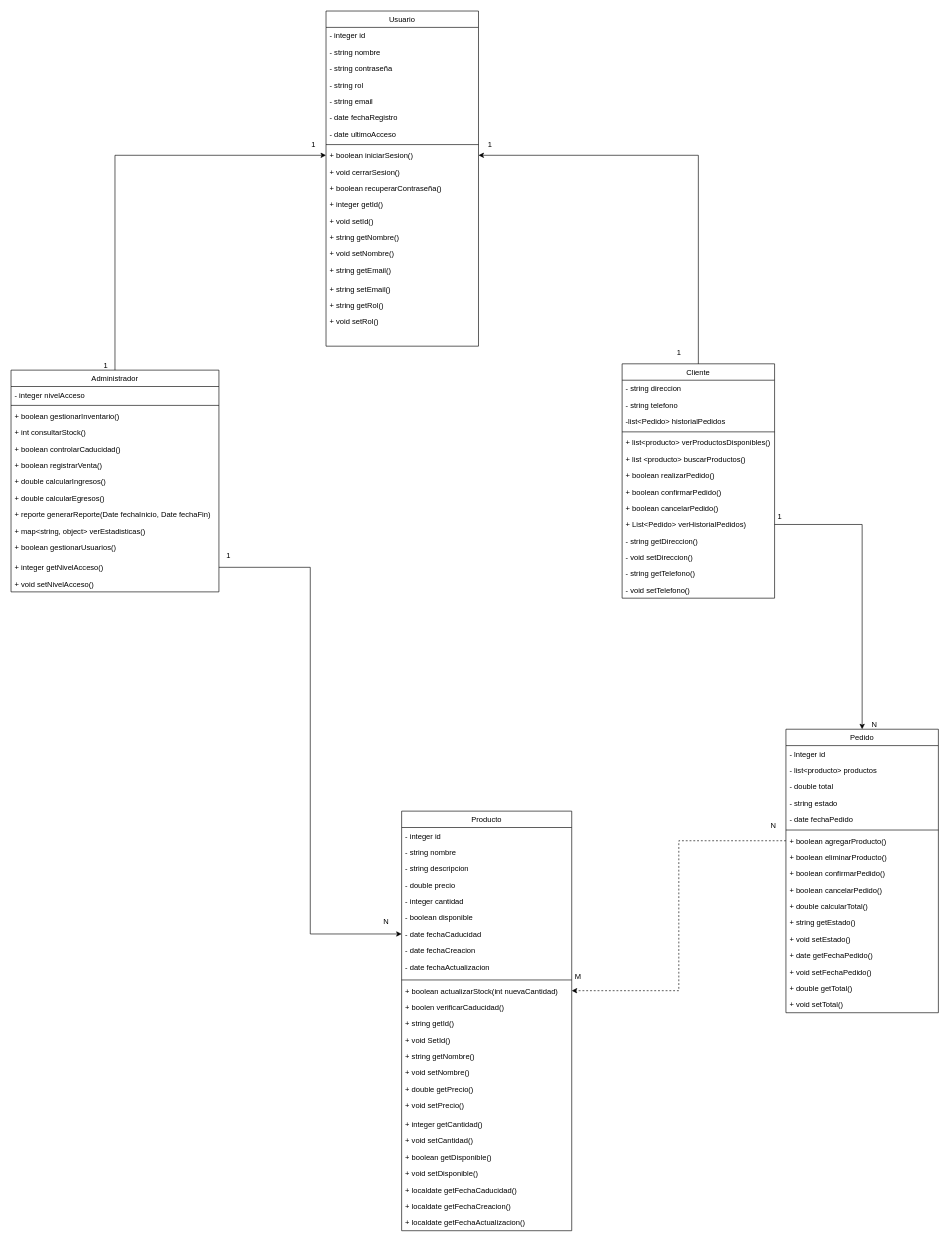
Earlier version of the draw.io diagram UML.drawio (Ash-code12/Proyecto). Source tidied: cells renumbered, new cells numbered last; positions are measured from the earlier drawing's top-left corner, leaving out a move shared by most shapes. Both pictures are drawn from the tidied source at 63%, with x=0, y=0 at pixel (11, 11).
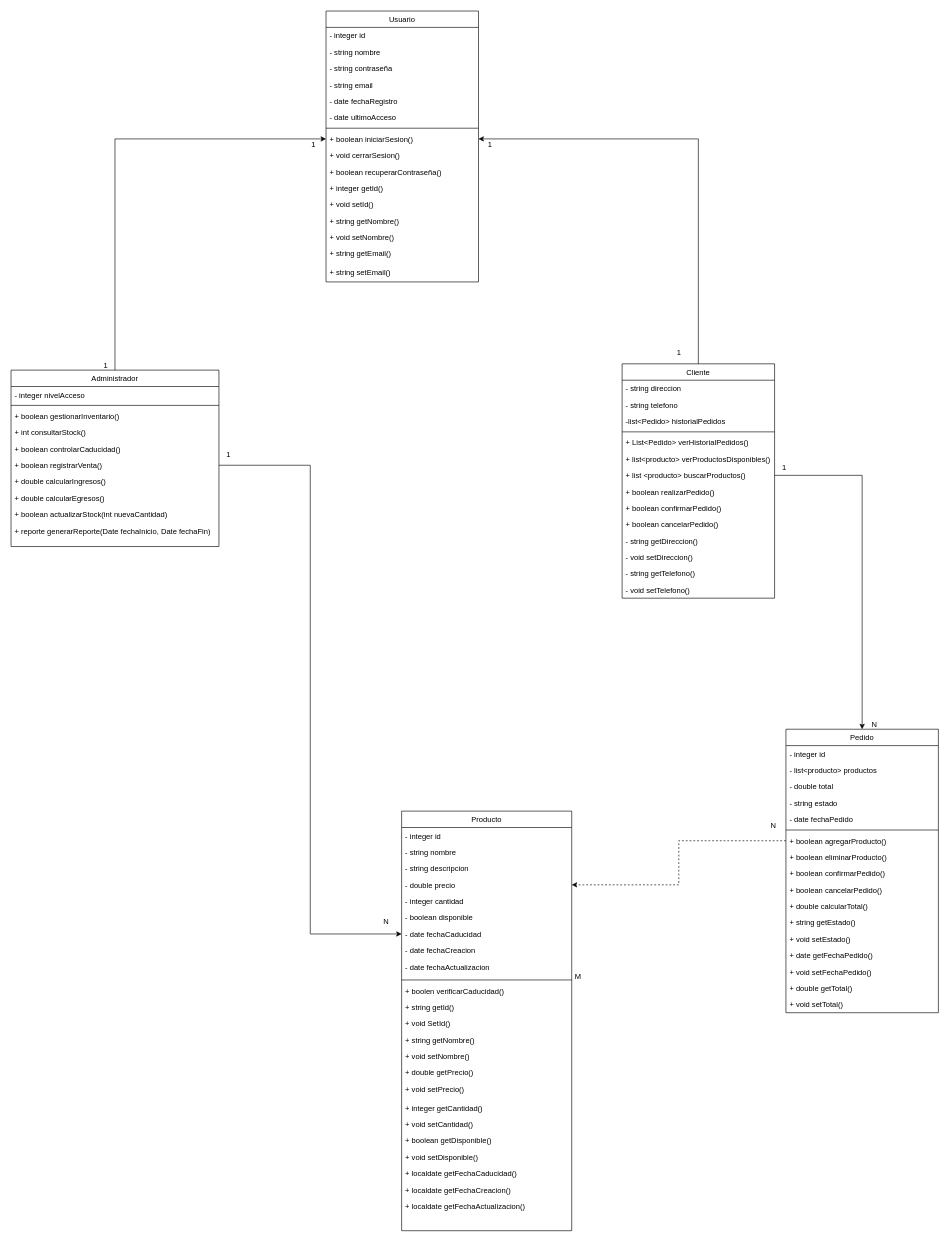
After the change.

Unchanged cells that the change refers to:
```xml
<mxCell id="2" value="Cliente" style="swimlane;fontStyle=0;align=center;verticalAlign=top;horizontal=1;startSize=26;rounded=0;shadow=0;strokeWidth=1;" parent="1" vertex="1">
  <mxGeometry x="970" y="560" width="242" height="372" as="geometry" />
</mxCell>
<mxCell id="43" value="+ boolean registrarVenta()" style="text;align=left;verticalAlign=top;spacingLeft=4;spacingRight=4;overflow=hidden;points=[[0,0.5],[1,0.5]];portConstraint=eastwest;" parent="37" vertex="1">
  <mxGeometry y="138" width="330" height="26" as="geometry" />
</mxCell>
<mxCell id="51" value="Producto" style="swimlane;fontStyle=0;align=center;verticalAlign=top;horizontal=1;startSize=26;rounded=0;shadow=0;strokeWidth=1;" parent="1" vertex="1">
  <mxGeometry x="620" y="1270" width="270" height="666" as="geometry" />
</mxCell>
<mxCell id="55" value="- double precio" style="text;align=left;verticalAlign=top;spacingLeft=4;spacingRight=4;overflow=hidden;points=[[0,0.5],[1,0.5]];portConstraint=eastwest;" parent="51" vertex="1">
  <mxGeometry y="104" width="270" height="26" as="geometry" />
</mxCell>
<mxCell id="58" value="- date fechaCaducidad" style="text;align=left;verticalAlign=top;spacingLeft=4;spacingRight=4;overflow=hidden;points=[[0,0.5],[1,0.5]];portConstraint=eastwest;" parent="51" vertex="1">
  <mxGeometry y="182" width="270" height="26" as="geometry" />
</mxCell>
<mxCell id="77" value="Pedido" style="swimlane;fontStyle=0;align=center;verticalAlign=top;horizontal=1;startSize=26;rounded=0;shadow=0;strokeWidth=1;" parent="1" vertex="1">
  <mxGeometry x="1230" y="1140" width="242" height="450" as="geometry" />
</mxCell>
<mxCell id="84" value="+ boolean agregarProducto()" style="text;align=left;verticalAlign=top;spacingLeft=4;spacingRight=4;overflow=hidden;points=[[0,0.5],[1,0.5]];portConstraint=eastwest;" parent="77" vertex="1">
  <mxGeometry y="164" width="242" height="26" as="geometry" />
</mxCell>
```

Change to the diagram source:
```diff
@@
+    <mxCell id="12" value="+ List&lt;Pedido&gt; verHistorialPedidos()" style="text;align=left;verticalAlign=top;spacingLeft=4;spacingRight=4;overflow=hidden;points=[[0,0.5],[1,0.5]];portConstraint=eastwest;" parent="2" vertex="1">
+      <mxGeometry y="112" width="242" height="26" as="geometry" />
+    </mxCell>
     <mxCell id="7" value="+ list&lt;producto&gt; verProductosDisponibles()" style="text;align=left;verticalAlign=top;spacingLeft=4;spacingRight=4;overflow=hidden;" parent="2" vertex="1">
-      <mxGeometry y="112" width="242" height="26" as="geometry" />
+      <mxGeometry y="138" width="242" height="26" as="geometry" />
     </mxCell>
     <mxCell id="8" value="+ list &lt;producto&gt; buscarProductos()" style="text;align=left;verticalAlign=top;spacingLeft=4;spacingRight=4;overflow=hidden;points=[[0,0.5],[1,0.5]];portConstraint=eastwest;" parent="2" vertex="1">
-      <mxGeometry y="138" width="242" height="26" as="geometry" />
+      <mxGeometry y="164" width="242" height="26" as="geometry" />
     </mxCell>
     <mxCell id="9" value="+ boolean realizarPedido()" style="text;align=left;verticalAlign=top;spacingLeft=4;spacingRight=4;overflow=hidden;" parent="2" vertex="1">
-      <mxGeometry y="164" width="242" height="26" as="geometry" />
+      <mxGeometry y="190" width="242" height="26" as="geometry" />
     </mxCell>
     <mxCell id="10" value="+ boolean confirmarPedido()" style="text;align=left;verticalAlign=top;spacingLeft=4;spacingRight=4;overflow=hidden;" parent="2" vertex="1">
-      <mxGeometry y="190" width="242" height="26" as="geometry" />
+      <mxGeometry y="216" width="242" height="26" as="geometry" />
     </mxCell>
     <mxCell id="11" value="+ boolean cancelarPedido()" style="text;align=left;verticalAlign=top;spacingLeft=4;spacingRight=4;overflow=hidden;" parent="2" vertex="1">
-      <mxGeometry y="216" width="242" height="26" as="geometry" />
+      <mxGeometry y="242" width="242" height="26" as="geometry" />
     </mxCell>
-    <mxCell id="12" value="+ List&lt;Pedido&gt; verHistorialPedidos)" style="text;align=left;verticalAlign=top;spacingLeft=4;spacingRight=4;overflow=hidden;points=[[0,0.5],[1,0.5]];portConstraint=eastwest;" parent="2" vertex="1">
-      <mxGeometry y="242" width="242" height="26" as="geometry" />
-    </mxCell>
@@
     <mxCell id="17" value="Usuario" style="swimlane;fontStyle=0;align=center;verticalAlign=top;horizontal=1;startSize=26;rounded=0;shadow=0;strokeWidth=1;" parent="1" vertex="1">
-      <mxGeometry x="500" width="242" height="532" as="geometry" />
+      <mxGeometry x="500" width="242" height="430" as="geometry" />
     </mxCell>
@@
-    <mxCell id="21" value="- string rol" style="text;align=left;verticalAlign=top;spacingLeft=4;spacingRight=4;overflow=hidden;" parent="17" vertex="1">
-      <mxGeometry y="104" width="242" height="26" as="geometry" />
-    </mxCell>
     <mxCell id="22" value="- string email" style="text;align=left;verticalAlign=top;spacingLeft=4;spacingRight=4;overflow=hidden;" parent="17" vertex="1">
-      <mxGeometry y="130" width="242" height="26" as="geometry" />
+      <mxGeometry y="104" width="242" height="26" as="geometry" />
     </mxCell>
     <mxCell id="23" value="- date fechaRegistro" style="text;align=left;verticalAlign=top;spacingLeft=4;spacingRight=4;overflow=hidden;" parent="17" vertex="1">
-      <mxGeometry y="156" width="242" height="26" as="geometry" />
+      <mxGeometry y="130" width="242" height="26" as="geometry" />
     </mxCell>
     <mxCell id="24" value="- date ultimoAcceso" style="text;align=left;verticalAlign=top;spacingLeft=4;spacingRight=4;overflow=hidden;" parent="17" vertex="1">
-      <mxGeometry y="182" width="242" height="26" as="geometry" />
+      <mxGeometry y="156" width="242" height="26" as="geometry" />
     </mxCell>
     <mxCell id="25" style="line;html=1;strokeWidth=1;align=left;verticalAlign=middle;spacingTop=-1;spacingLeft=3;spacingRight=3;labelPosition=right;" parent="17" vertex="1">
-      <mxGeometry y="208" width="242" height="8" as="geometry" />
+      <mxGeometry y="182" width="242" height="8" as="geometry" />
     </mxCell>
     <mxCell id="26" value="+ boolean iniciarSesion()" style="text;align=left;verticalAlign=top;spacingLeft=4;spacingRight=4;overflow=hidden;points=[[0,0.5],[1,0.5]];portConstraint=eastwest;" parent="17" vertex="1">
-      <mxGeometry y="216" width="242" height="26" as="geometry" />
+      <mxGeometry y="190" width="242" height="26" as="geometry" />
     </mxCell>
     <mxCell id="27" value="+ void cerrarSesion()" style="text;align=left;verticalAlign=top;spacingLeft=4;spacingRight=4;overflow=hidden;" parent="17" vertex="1">
-      <mxGeometry y="242" width="242" height="26" as="geometry" />
+      <mxGeometry y="216" width="242" height="26" as="geometry" />
     </mxCell>
     <mxCell id="28" value="+ boolean recuperarContraseña()" style="text;align=left;verticalAlign=top;spacingLeft=4;spacingRight=4;overflow=hidden;" parent="17" vertex="1">
-      <mxGeometry y="268" width="242" height="26" as="geometry" />
+      <mxGeometry y="242" width="242" height="26" as="geometry" />
     </mxCell>
     <mxCell id="29" value="+ integer getId()" style="text;align=left;verticalAlign=top;spacingLeft=4;spacingRight=4;overflow=hidden;" parent="17" vertex="1">
-      <mxGeometry y="294" width="242" height="26" as="geometry" />
+      <mxGeometry y="268" width="242" height="26" as="geometry" />
     </mxCell>
     <mxCell id="30" value="+ void setId()" style="text;align=left;verticalAlign=top;spacingLeft=4;spacingRight=4;overflow=hidden;" parent="17" vertex="1">
-      <mxGeometry y="320" width="242" height="26" as="geometry" />
+      <mxGeometry y="294" width="242" height="26" as="geometry" />
     </mxCell>
     <mxCell id="31" value="+ string getNombre()" style="text;align=left;verticalAlign=top;spacingLeft=4;spacingRight=4;overflow=hidden;" parent="17" vertex="1">
-      <mxGeometry y="346" width="242" height="26" as="geometry" />
+      <mxGeometry y="320" width="242" height="26" as="geometry" />
     </mxCell>
     <mxCell id="32" value="+ void setNombre()" style="text;align=left;verticalAlign=top;spacingLeft=4;spacingRight=4;overflow=hidden;" parent="17" vertex="1">
-      <mxGeometry y="372" width="242" height="26" as="geometry" />
+      <mxGeometry y="346" width="242" height="26" as="geometry" />
     </mxCell>
     <mxCell id="33" value="+ string getEmail()" style="text;align=left;verticalAlign=top;spacingLeft=4;spacingRight=4;overflow=hidden;" parent="17" vertex="1">
-      <mxGeometry y="398" width="242" height="30" as="geometry" />
+      <mxGeometry y="372" width="242" height="30" as="geometry" />
     </mxCell>
     <mxCell id="34" value="+ string setEmail()" style="text;align=left;verticalAlign=top;spacingLeft=4;spacingRight=4;overflow=hidden;" parent="17" vertex="1">
-      <mxGeometry y="428" width="242" height="26" as="geometry" />
+      <mxGeometry y="402" width="242" height="26" as="geometry" />
     </mxCell>
-    <mxCell id="35" value="+ string getRol()" style="text;align=left;verticalAlign=top;spacingLeft=4;spacingRight=4;overflow=hidden;" parent="17" vertex="1">
-      <mxGeometry y="454" width="242" height="26" as="geometry" />
-    </mxCell>
-    <mxCell id="36" value="+ void setRol()" style="text;align=left;verticalAlign=top;spacingLeft=4;spacingRight=4;overflow=hidden;" parent="17" vertex="1">
-      <mxGeometry y="480" width="242" height="26" as="geometry" />
-    </mxCell>
     <mxCell id="37" value="Administrador" style="swimlane;fontStyle=0;align=center;verticalAlign=top;horizontal=1;startSize=26;rounded=0;shadow=0;strokeWidth=1;" parent="1" vertex="1">
-      <mxGeometry y="570" width="330" height="352" as="geometry" />
+      <mxGeometry y="570" width="330" height="280" as="geometry" />
     </mxCell>
@@
+    <mxCell id="62" value="+ boolean actualizarStock(int nuevaCantidad)" style="text;align=left;verticalAlign=top;spacingLeft=4;spacingRight=4;overflow=hidden;points=[[0,0.5],[1,0.5]];portConstraint=eastwest;" parent="37" vertex="1">
+      <mxGeometry y="216" width="330" height="26" as="geometry" />
+    </mxCell>
     <mxCell id="46" value="+ reporte generarReporte(Date fechaInicio, Date fechaFin)" style="text;align=left;verticalAlign=top;spacingLeft=4;spacingRight=4;overflow=hidden;" parent="37" vertex="1">
-      <mxGeometry y="216" width="330" height="26" as="geometry" />
+      <mxGeometry y="242" width="330" height="26" as="geometry" />
     </mxCell>
-    <mxCell id="47" value="+ map&lt;string, object&gt; verEstadisticas()" style="text;align=left;verticalAlign=top;spacingLeft=4;spacingRight=4;overflow=hidden;" parent="37" vertex="1">
-      <mxGeometry y="242" width="330" height="26" as="geometry" />
-    </mxCell>
-    <mxCell id="48" value="+ boolean gestionarUsuarios()" style="text;align=left;verticalAlign=top;spacingLeft=4;spacingRight=4;overflow=hidden;" parent="37" vertex="1">
-      <mxGeometry y="268" width="330" height="32" as="geometry" />
-    </mxCell>
-    <mxCell id="49" value="+ integer getNivelAcceso()" style="text;align=left;verticalAlign=top;spacingLeft=4;spacingRight=4;overflow=hidden;points=[[0,0.5],[1,0.5]];portConstraint=eastwest;" parent="37" vertex="1">
-      <mxGeometry y="300" width="330" height="26" as="geometry" />
-    </mxCell>
-    <mxCell id="50" value="+ void setNivelAcceso()" style="text;align=left;verticalAlign=top;spacingLeft=4;spacingRight=4;overflow=hidden;" parent="37" vertex="1">
-      <mxGeometry y="326" width="330" height="26" as="geometry" />
-    </mxCell>
@@
-    <mxCell id="62" value="+ boolean actualizarStock(int nuevaCantidad)" style="text;align=left;verticalAlign=top;spacingLeft=4;spacingRight=4;overflow=hidden;points=[[0,0.5],[1,0.5]];portConstraint=eastwest;" parent="51" vertex="1">
-      <mxGeometry y="272" width="270" height="26" as="geometry" />
-    </mxCell>
     <mxCell id="63" value="+ boolen verificarCaducidad()" style="text;align=left;verticalAlign=top;spacingLeft=4;spacingRight=4;overflow=hidden;" parent="51" vertex="1">
-      <mxGeometry y="298" width="270" height="26" as="geometry" />
+      <mxGeometry y="272" width="270" height="26" as="geometry" />
     </mxCell>
     <mxCell id="64" value="+ string getId()" style="text;align=left;verticalAlign=top;spacingLeft=4;spacingRight=4;overflow=hidden;" parent="51" vertex="1">
-      <mxGeometry y="324" width="270" height="26" as="geometry" />
+      <mxGeometry y="298" width="270" height="26" as="geometry" />
     </mxCell>
     <mxCell id="65" value="+ void SetId()" style="text;align=left;verticalAlign=top;spacingLeft=4;spacingRight=4;overflow=hidden;" parent="51" vertex="1">
-      <mxGeometry y="350" width="270" height="26" as="geometry" />
+      <mxGeometry y="324" width="270" height="26" as="geometry" />
     </mxCell>
     <mxCell id="66" value="+ string getNombre()" style="text;align=left;verticalAlign=top;spacingLeft=4;spacingRight=4;overflow=hidden;" parent="51" vertex="1">
-      <mxGeometry y="376" width="270" height="26" as="geometry" />
+      <mxGeometry y="350" width="270" height="26" as="geometry" />
     </mxCell>
     <mxCell id="67" value="+ void setNombre()" style="text;align=left;verticalAlign=top;spacingLeft=4;spacingRight=4;overflow=hidden;" parent="51" vertex="1">
-      <mxGeometry y="402" width="270" height="26" as="geometry" />
+      <mxGeometry y="376" width="270" height="26" as="geometry" />
     </mxCell>
     <mxCell id="68" value="+ double getPrecio()" style="text;align=left;verticalAlign=top;spacingLeft=4;spacingRight=4;overflow=hidden;" parent="51" vertex="1">
-      <mxGeometry y="428" width="270" height="26" as="geometry" />
+      <mxGeometry y="402" width="270" height="26" as="geometry" />
     </mxCell>
     <mxCell id="69" value="+ void setPrecio()" style="text;align=left;verticalAlign=top;spacingLeft=4;spacingRight=4;overflow=hidden;" parent="51" vertex="1">
-      <mxGeometry y="454" width="270" height="30" as="geometry" />
+      <mxGeometry y="428" width="270" height="30" as="geometry" />
     </mxCell>
     <mxCell id="70" value="+ integer getCantidad()" style="text;align=left;verticalAlign=top;spacingLeft=4;spacingRight=4;overflow=hidden;" parent="51" vertex="1">
-      <mxGeometry y="484" width="270" height="26" as="geometry" />
+      <mxGeometry y="458" width="270" height="26" as="geometry" />
     </mxCell>
     <mxCell id="71" value="+ void setCantidad()" style="text;align=left;verticalAlign=top;spacingLeft=4;spacingRight=4;overflow=hidden;" parent="51" vertex="1">
-      <mxGeometry y="510" width="270" height="26" as="geometry" />
+      <mxGeometry y="484" width="270" height="26" as="geometry" />
     </mxCell>
     <mxCell id="72" value="+ boolean getDisponible()" style="text;align=left;verticalAlign=top;spacingLeft=4;spacingRight=4;overflow=hidden;" parent="51" vertex="1">
-      <mxGeometry y="536" width="270" height="26" as="geometry" />
+      <mxGeometry y="510" width="270" height="26" as="geometry" />
     </mxCell>
     <mxCell id="73" value="+ void setDisponible()" style="text;align=left;verticalAlign=top;spacingLeft=4;spacingRight=4;overflow=hidden;" parent="51" vertex="1">
-      <mxGeometry y="562" width="270" height="26" as="geometry" />
+      <mxGeometry y="536" width="270" height="26" as="geometry" />
     </mxCell>
     <mxCell id="74" value="+ localdate getFechaCaducidad()" style="text;align=left;verticalAlign=top;spacingLeft=4;spacingRight=4;overflow=hidden;" parent="51" vertex="1">
-      <mxGeometry y="588" width="270" height="26" as="geometry" />
+      <mxGeometry y="562" width="270" height="26" as="geometry" />
     </mxCell>
     <mxCell id="75" value="+ localdate getFechaCreacion()" style="text;align=left;verticalAlign=top;spacingLeft=4;spacingRight=4;overflow=hidden;" parent="51" vertex="1">
-      <mxGeometry y="614" width="270" height="26" as="geometry" />
+      <mxGeometry y="588" width="270" height="26" as="geometry" />
     </mxCell>
     <mxCell id="76" value="+ localdate getFechaActualizacion()" style="text;align=left;verticalAlign=top;spacingLeft=4;spacingRight=4;overflow=hidden;" parent="51" vertex="1">
-      <mxGeometry y="640" width="270" height="26" as="geometry" />
+      <mxGeometry y="614" width="270" height="26" as="geometry" />
     </mxCell>
@@
-    <mxCell id="78" value="- lnteger id" style="text;align=left;verticalAlign=top;spacingLeft=4;spacingRight=4;overflow=hidden;" parent="77" vertex="1">
+    <mxCell id="78" value="- integer id" style="text;align=left;verticalAlign=top;spacingLeft=4;spacingRight=4;overflow=hidden;" parent="77" vertex="1">
       <mxGeometry y="26" width="242" height="26" as="geometry" />
     </mxCell>
@@
-    <mxCell id="97" style="endArrow=classic;html=1;rounded=0;exitX=0;exitY=0.5;exitDx=0;exitDy=0;entryX=1;entryY=0.5;entryDx=0;entryDy=0;edgeStyle=elbowEdgeStyle;dashed=1;" parent="1" edge="1" source="84" target="62">
+    <mxCell id="97" style="endArrow=classic;html=1;rounded=0;exitX=0;exitY=0.5;exitDx=0;exitDy=0;entryX=1;entryY=0.5;entryDx=0;entryDy=0;edgeStyle=elbowEdgeStyle;dashed=1;" parent="1" edge="1" source="84" target="55">
       <mxGeometry relative="1" as="geometry" />
     </mxCell>
-    <mxCell id="98" style="endArrow=classic;html=1;rounded=0;entryX=0.5;entryY=0;entryDx=0;entryDy=0;exitX=1;exitY=0.5;exitDx=0;exitDy=0;edgeStyle=orthogonalEdgeStyle;" parent="1" edge="1" source="12" target="77">
+    <mxCell id="98" style="endArrow=classic;html=1;rounded=0;entryX=0.5;entryY=0;entryDx=0;entryDy=0;exitX=1;exitY=0.5;exitDx=0;exitDy=0;edgeStyle=orthogonalEdgeStyle;" parent="1" edge="1" source="8" target="77">
       <mxGeometry relative="1" as="geometry" />
     </mxCell>
@@
     <mxCell id="103" value="1" style="text;html=1;align=center;verticalAlign=middle;strokeColor=none;fillColor=none;" parent="1" vertex="1">
-      <mxGeometry x="1205" y="788" width="30" height="30" as="geometry" />
+      <mxGeometry x="1212" y="710" width="30" height="30" as="geometry" />
     </mxCell>
@@
-    <mxCell id="107" style="endArrow=classic;html=1;rounded=0;entryX=0;entryY=0.5;entryDx=0;entryDy=0;exitX=1;exitY=0.5;exitDx=0;exitDy=0;edgeStyle=orthogonalEdgeStyle;" parent="1" edge="1" source="49" target="58">
+    <mxCell id="107" style="endArrow=classic;html=1;rounded=0;entryX=0;entryY=0.5;entryDx=0;entryDy=0;exitX=1;exitY=0.5;exitDx=0;exitDy=0;edgeStyle=orthogonalEdgeStyle;" parent="1" edge="1" source="43" target="58">
       <mxGeometry relative="1" as="geometry" />
     </mxCell>
     <mxCell id="108" value="1" style="text;html=1;align=center;verticalAlign=middle;strokeColor=none;fillColor=none;" parent="1" vertex="1">
-      <mxGeometry x="330" y="850" width="30" height="30" as="geometry" />
+      <mxGeometry x="330" y="690" width="30" height="30" as="geometry" />
     </mxCell>
```
